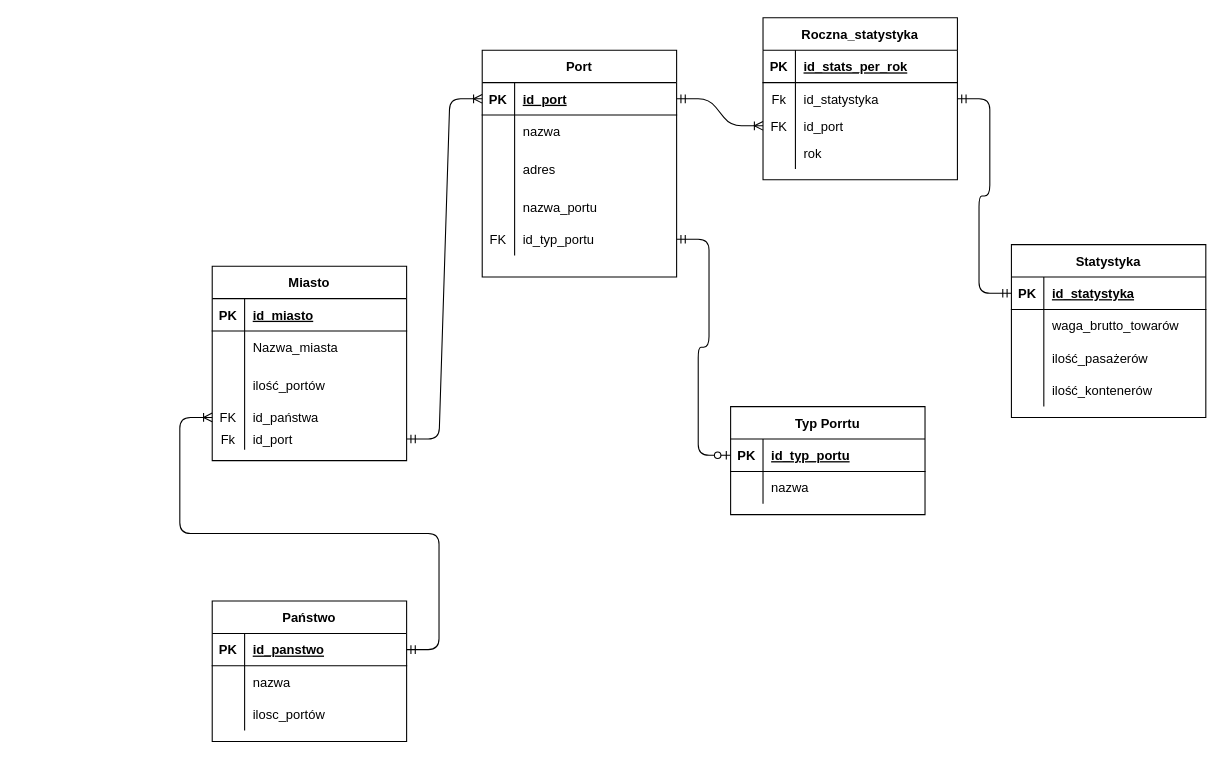
This is portyv2Martin.drawio from finalkiwii/databases-umbrellas, a draw.io file, before an edit. Source tidied: cells renumbered, new cells numbered last; positions are measured from the earlier drawing's top-left corner, leaving out a move shared by most shapes. Both pictures are drawn from the tidied source at 108%, with x=0, y=0 at pixel (212, 17).
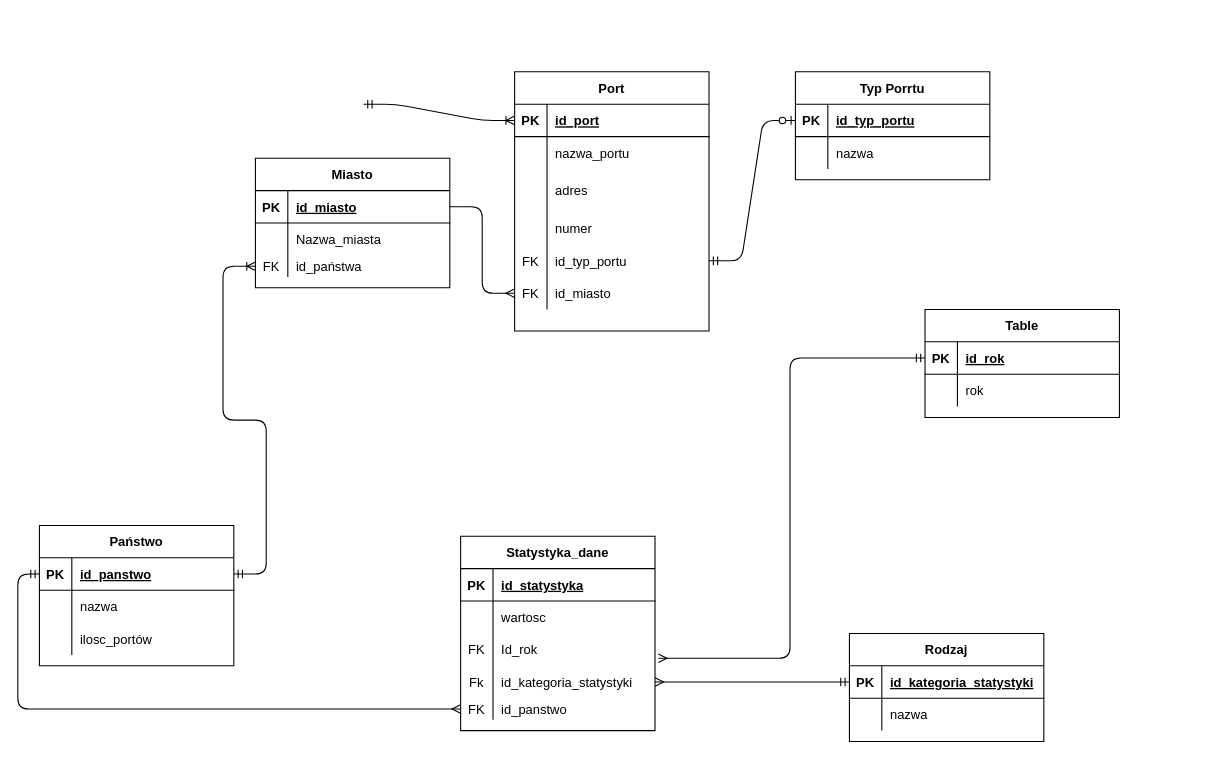
Above is the later version.

Unchanged cells that the change refers to:
```xml
<mxCell id="4" style="shape=partialRectangle;fillColor=none;top=0;left=0;bottom=1;right=0;points=[[0,0.5],[1,0.5]];portConstraint=eastwest;" parent="3" vertex="1">
  <mxGeometry y="30" width="180" height="30" as="geometry" />
</mxCell>
<mxCell id="20" style="shape=partialRectangle;fillColor=none;top=0;left=0;bottom=1;right=0;points=[[0,0.5],[1,0.5]];portConstraint=eastwest;" parent="19" vertex="1">
  <mxGeometry y="30" width="180" height="30" as="geometry" />
</mxCell>
<mxCell id="30" style="shape=partialRectangle;fillColor=none;top=0;left=0;bottom=1;right=0;points=[[0,0.5],[1,0.5]];portConstraint=eastwest;" parent="29" vertex="1">
  <mxGeometry y="30" width="180" height="30" as="geometry" />
</mxCell>
<mxCell id="46" style="shape=partialRectangle;fillColor=none;top=0;left=0;bottom=1;right=0;" parent="45" vertex="1">
  <mxGeometry y="30" width="180" height="30" as="geometry" />
</mxCell>
<mxCell id="61" style="shape=partialRectangle;fillColor=none;top=0;left=0;bottom=1;right=0;points=[[0,0.5],[1,0.5]];portConstraint=eastwest;" parent="60" vertex="1">
  <mxGeometry y="30" width="180" height="30" as="geometry" />
</mxCell>
<mxCell id="64" style="shape=partialRectangle;fillColor=none;top=0;left=0;bottom=0;right=0;" parent="60" vertex="1">
  <mxGeometry y="60" width="180" height="30" as="geometry" />
</mxCell>
```

The edit, as a diff of the source:
```diff
@@
-    <mxCell id="2" style="fontSize=12;html=1;endArrow=ERoneToMany;startArrow=ERmandOne;entryX=0;entryY=0.5;entryDx=0;entryDy=0;exitX=1;exitY=0.5;exitDx=0;exitDy=0;edgeStyle=entityRelationEdgeStyle;" parent="1" edge="1" source="16" target="30">
-      <mxGeometry relative="1" as="geometry" />
+    <mxCell id="2" style="fontSize=12;html=1;endArrow=ERoneToMany;startArrow=ERmandOne;entryX=0;entryY=0.5;entryDx=0;entryDy=0;exitX=1;exitY=0.5;exitDx=0;exitDy=0;edgeStyle=entityRelationEdgeStyle;" parent="1" edge="1" target="30">
+      <mxGeometry relative="1" as="geometry">
+        <mxPoint x="140" y="80" as="sourcePoint" />
+      </mxGeometry>
     </mxCell>
     <mxCell id="3" value="Miasto" style="shape=table;startSize=30;childLayout=tableLayout;rowLines=0;fontStyle=1;align=center;" parent="1" vertex="1">
-      <mxGeometry y="230" width="180" height="180" as="geometry" />
+      <mxGeometry x="40" y="130" width="180" height="120" as="geometry" />
     </mxCell>
@@
-    <mxCell id="10" style="shape=partialRectangle;fillColor=none;top=0;left=0;bottom=0;right=0;" parent="3" vertex="1">
-      <mxGeometry y="90" width="180" height="40" as="geometry" />
-    </mxCell>
-    <mxCell id="11" style="shape=partialRectangle;fillColor=none;top=0;left=0;bottom=0;right=0;overflow=hidden;" parent="10" vertex="1">
-      <mxGeometry width="30" height="40" as="geometry" />
-    </mxCell>
-    <mxCell id="12" value="ilość_portów" style="shape=partialRectangle;fillColor=none;top=0;left=0;bottom=0;right=0;align=left;spacingLeft=6;overflow=hidden;" parent="10" vertex="1">
-      <mxGeometry x="30" width="150" height="40" as="geometry" />
-    </mxCell>
     <mxCell id="13" style="shape=partialRectangle;fillColor=none;top=0;left=0;bottom=0;right=0;points=[[0,0.5],[1,0.5]];portConstraint=eastwest;" parent="3" vertex="1">
-      <mxGeometry y="130" width="180" height="20" as="geometry" />
+      <mxGeometry y="90" width="180" height="20" as="geometry" />
     </mxCell>
@@
-    <mxCell id="16" style="shape=partialRectangle;fillColor=none;top=0;left=0;bottom=0;right=0;points=[[0,0.5],[1,0.5]];portConstraint=eastwest;" parent="3" vertex="1">
-      <mxGeometry y="150" width="180" height="20" as="geometry" />
-    </mxCell>
-    <mxCell id="17" value="Fk" style="shape=partialRectangle;fillColor=none;top=0;left=0;bottom=0;right=0;overflow=hidden;" parent="16" vertex="1">
-      <mxGeometry width="30" height="20" as="geometry" />
-    </mxCell>
-    <mxCell id="18" value="id_port" style="shape=partialRectangle;fillColor=none;top=0;left=0;bottom=0;right=0;align=left;spacingLeft=6;overflow=hidden;" parent="16" vertex="1">
-      <mxGeometry x="30" width="150" height="20" as="geometry" />
-    </mxCell>
     <mxCell id="19" value="Państwo" style="shape=table;startSize=30;childLayout=tableLayout;rowLines=0;fontStyle=1;align=center;" parent="1" vertex="1">
-      <mxGeometry y="540" width="180" height="130" as="geometry" />
+      <mxGeometry x="-160" y="470" width="180" height="130" as="geometry" />
     </mxCell>
@@
     <mxCell id="29" value="Port" style="shape=table;startSize=30;childLayout=tableLayout;rowLines=0;fontStyle=1;align=center;" parent="1" vertex="1">
-      <mxGeometry x="250" y="30" width="180" height="210" as="geometry" />
+      <mxGeometry x="280" y="50" width="180" height="240" as="geometry" />
     </mxCell>
@@
-    <mxCell id="33" style="shape=partialRectangle;fillColor=none;top=0;left=0;bottom=0;right=0;" parent="29" vertex="1">
-      <mxGeometry y="60" width="180" height="30" as="geometry" />
-    </mxCell>
-    <mxCell id="34" style="shape=partialRectangle;fillColor=none;top=0;left=0;bottom=0;right=0;overflow=hidden;" parent="33" vertex="1">
-      <mxGeometry width="30" height="30" as="geometry" />
-    </mxCell>
-    <mxCell id="35" value="nazwa" style="shape=partialRectangle;fillColor=none;top=0;left=0;bottom=0;right=0;align=left;spacingLeft=6;overflow=hidden;" parent="33" vertex="1">
-      <mxGeometry x="30" width="150" height="30" as="geometry" />
-    </mxCell>
+    <mxCell id="39" style="shape=partialRectangle;fillColor=none;top=0;left=0;bottom=0;right=0;" parent="29" vertex="1">
+      <mxGeometry y="60" width="180" height="30" as="geometry" />
+    </mxCell>
+    <mxCell id="40" style="shape=partialRectangle;fillColor=none;top=0;left=0;bottom=0;right=0;overflow=hidden;" parent="39" vertex="1">
+      <mxGeometry width="30" height="30" as="geometry" />
+    </mxCell>
+    <mxCell id="41" value="nazwa_portu" style="shape=partialRectangle;fillColor=none;top=0;left=0;bottom=0;right=0;align=left;spacingLeft=6;overflow=hidden;" parent="39" vertex="1">
+      <mxGeometry x="30" width="150" height="30" as="geometry" />
+    </mxCell>
@@
-    <mxCell id="39" style="shape=partialRectangle;fillColor=none;top=0;left=0;bottom=0;right=0;" parent="29" vertex="1">
-      <mxGeometry y="130" width="180" height="30" as="geometry" />
-    </mxCell>
-    <mxCell id="40" style="shape=partialRectangle;fillColor=none;top=0;left=0;bottom=0;right=0;overflow=hidden;" parent="39" vertex="1">
-      <mxGeometry width="30" height="30" as="geometry" />
-    </mxCell>
-    <mxCell id="41" value="nazwa_portu" style="shape=partialRectangle;fillColor=none;top=0;left=0;bottom=0;right=0;align=left;spacingLeft=6;overflow=hidden;" parent="39" vertex="1">
-      <mxGeometry x="30" width="150" height="30" as="geometry" />
-    </mxCell>
+    <mxCell id="82" style="shape=partialRectangle;fillColor=none;top=0;left=0;bottom=0;right=0;" parent="29" vertex="1">
+      <mxGeometry y="130" width="180" height="30" as="geometry" />
+    </mxCell>
+    <mxCell id="83" style="shape=partialRectangle;fillColor=none;top=0;left=0;bottom=0;right=0;overflow=hidden;" parent="82" vertex="1">
+      <mxGeometry width="30" height="30" as="geometry" />
+    </mxCell>
+    <mxCell id="84" value="numer" style="shape=partialRectangle;fillColor=none;top=0;left=0;bottom=0;right=0;align=left;spacingLeft=6;overflow=hidden;" parent="82" vertex="1">
+      <mxGeometry x="30" width="150" height="30" as="geometry" />
+    </mxCell>
@@
+    <mxCell id="85" style="shape=partialRectangle;fillColor=none;top=0;left=0;bottom=0;right=0;points=[[0,0.5],[1,0.5]];portConstraint=eastwest;" parent="29" vertex="1">
+      <mxGeometry y="190" width="180" height="30" as="geometry" />
+    </mxCell>
+    <mxCell id="86" value="FK" style="shape=partialRectangle;fillColor=none;top=0;left=0;bottom=0;right=0;overflow=hidden;" parent="85" vertex="1">
+      <mxGeometry width="30" height="30" as="geometry" />
+    </mxCell>
+    <mxCell id="87" value="id_miasto" style="shape=partialRectangle;fillColor=none;top=0;left=0;bottom=0;right=0;align=left;spacingLeft=6;overflow=hidden;" parent="85" vertex="1">
+      <mxGeometry x="30" width="150" height="30" as="geometry" />
+    </mxCell>
-    <mxCell id="45" value="Roczna_statystyka" style="shape=table;startSize=30;childLayout=tableLayout;rowLines=0;fontStyle=1;align=center;" parent="1" vertex="1">
-      <mxGeometry x="510" width="180" height="150" as="geometry" />
+    <mxCell id="45" value="Statystyka_dane" style="shape=table;startSize=30;childLayout=tableLayout;rowLines=0;fontStyle=1;align=center;" parent="1" vertex="1">
+      <mxGeometry x="230" y="480" width="180" height="180" as="geometry" />
     </mxCell>
@@
-    <mxCell id="48" value="id_stats_per_rok" style="shape=partialRectangle;fillColor=none;top=0;left=0;bottom=0;right=0;align=left;spacingLeft=6;fontStyle=5;overflow=hidden;" parent="46" vertex="1">
+    <mxCell id="48" value="id_statystyka" style="shape=partialRectangle;fillColor=none;top=0;left=0;bottom=0;right=0;align=left;spacingLeft=6;fontStyle=5;overflow=hidden;" parent="46" vertex="1">
       <mxGeometry x="30" width="150" height="30" as="geometry" />
     </mxCell>
+    <mxCell id="88" style="shape=partialRectangle;fillColor=none;top=0;left=0;bottom=0;right=0;" parent="45" vertex="1">
+      <mxGeometry y="60" width="180" height="30" as="geometry" />
+    </mxCell>
+    <mxCell id="89" style="shape=partialRectangle;fillColor=none;top=0;left=0;bottom=0;right=0;overflow=hidden;" parent="88" vertex="1">
+      <mxGeometry width="30" height="30" as="geometry" />
+    </mxCell>
+    <mxCell id="90" value="wartosc" style="shape=partialRectangle;fillColor=none;top=0;left=0;bottom=0;right=0;align=left;spacingLeft=6;overflow=hidden;" parent="88" vertex="1">
+      <mxGeometry x="30" width="150" height="30" as="geometry" />
+    </mxCell>
+    <mxCell id="55" style="shape=partialRectangle;fillColor=none;top=0;left=0;bottom=0;right=0;points=[[0,0.5],[1,0.5]];portConstraint=eastwest;" parent="45" vertex="1">
+      <mxGeometry y="90" width="180" height="30" as="geometry" />
+    </mxCell>
+    <mxCell id="56" value="FK" style="shape=partialRectangle;fillColor=none;top=0;left=0;bottom=0;right=0;overflow=hidden;" parent="55" vertex="1">
+      <mxGeometry width="30" height="30" as="geometry" />
+    </mxCell>
+    <mxCell id="57" value="Id_rok" style="shape=partialRectangle;fillColor=none;top=0;left=0;bottom=0;right=0;align=left;spacingLeft=6;overflow=hidden;" parent="55" vertex="1">
+      <mxGeometry x="30" width="150" height="30" as="geometry" />
+    </mxCell>
     <mxCell id="49" style="shape=partialRectangle;fillColor=none;top=0;left=0;bottom=0;right=0;points=[[0,0.5],[1,0.5]];portConstraint=eastwest;" parent="45" vertex="1">
-      <mxGeometry y="60" width="180" height="30" as="geometry" />
+      <mxGeometry y="120" width="180" height="30" as="geometry" />
     </mxCell>
@@
-    <mxCell id="51" value="id_statystyka" style="shape=partialRectangle;fillColor=none;top=0;left=0;bottom=0;right=0;align=left;spacingLeft=6;overflow=hidden;" parent="49" vertex="1">
+    <mxCell id="51" value="id_kategoria_statystyki" style="shape=partialRectangle;fillColor=none;top=0;left=0;bottom=0;right=0;align=left;spacingLeft=6;overflow=hidden;" parent="49" vertex="1">
       <mxGeometry x="30" width="150" height="30" as="geometry" />
     </mxCell>
     <mxCell id="52" style="shape=partialRectangle;fillColor=none;top=0;left=0;bottom=0;right=0;points=[[0,0.5],[1,0.5]];portConstraint=eastwest;" parent="45" vertex="1">
-      <mxGeometry y="90" width="180" height="20" as="geometry" />
+      <mxGeometry y="150" width="180" height="20" as="geometry" />
     </mxCell>
@@
-    <mxCell id="54" value="id_port" style="shape=partialRectangle;fillColor=none;top=0;left=0;bottom=0;right=0;align=left;spacingLeft=6;overflow=hidden;" parent="52" vertex="1">
+    <mxCell id="54" value="id_panstwo" style="shape=partialRectangle;fillColor=none;top=0;left=0;bottom=0;right=0;align=left;spacingLeft=6;overflow=hidden;" parent="52" vertex="1">
       <mxGeometry x="30" width="150" height="20" as="geometry" />
     </mxCell>
-    <mxCell id="55" style="shape=partialRectangle;fillColor=none;top=0;left=0;bottom=0;right=0;points=[[0,0.5],[1,0.5]];portConstraint=eastwest;" parent="45" vertex="1">
-      <mxGeometry y="110" width="180" height="30" as="geometry" />
-    </mxCell>
-    <mxCell id="56" style="shape=partialRectangle;fillColor=none;top=0;left=0;bottom=0;right=0;overflow=hidden;" parent="55" vertex="1">
-      <mxGeometry width="30" height="30" as="geometry" />
-    </mxCell>
-    <mxCell id="57" value="rok" style="shape=partialRectangle;fillColor=none;top=0;left=0;bottom=0;right=0;align=left;spacingLeft=6;overflow=hidden;" parent="55" vertex="1">
-      <mxGeometry x="30" width="150" height="30" as="geometry" />
-    </mxCell>
-    <mxCell id="58" style="edgeStyle=entityRelationEdgeStyle;fontSize=12;html=1;endArrow=ERoneToMany;startArrow=ERmandOne;jumpStyle=gap;exitX=1;exitY=0.5;exitDx=0;exitDy=0;" parent="1" edge="1" source="20">
-      <mxGeometry relative="1" as="geometry">
-        <mxPoint y="370" as="targetPoint" />
-      </mxGeometry>
+    <mxCell id="58" style="edgeStyle=entityRelationEdgeStyle;fontSize=12;html=1;endArrow=ERoneToMany;startArrow=ERmandOne;jumpStyle=gap;exitX=1;exitY=0.5;exitDx=0;exitDy=0;entryX=0;entryY=0.5;entryDx=0;entryDy=0;" parent="1" edge="1" source="20" target="13">
+      <mxGeometry relative="1" as="geometry" />
     </mxCell>
-    <mxCell id="59" style="edgeStyle=entityRelationEdgeStyle;fontSize=12;html=1;endArrow=ERoneToMany;startArrow=ERmandOne;exitX=1;exitY=0.5;exitDx=0;exitDy=0;" parent="1" edge="1" source="30" target="52">
-      <mxGeometry relative="1" as="geometry" />
-    </mxCell>
-    <mxCell id="60" value="Statystyka" style="shape=table;startSize=30;childLayout=tableLayout;rowLines=0;fontStyle=1;align=center;" parent="1" vertex="1">
-      <mxGeometry x="740" y="210" width="180" height="160" as="geometry" />
+    <mxCell id="60" value="Rodzaj" style="shape=table;startSize=30;childLayout=tableLayout;rowLines=0;fontStyle=1;align=center;" parent="1" vertex="1">
+      <mxGeometry x="590" y="570" width="180" height="100" as="geometry" />
     </mxCell>
@@
-    <mxCell id="63" value="id_statystyka" style="shape=partialRectangle;fillColor=none;top=0;left=0;bottom=0;right=0;align=left;spacingLeft=6;fontStyle=5;overflow=hidden;" parent="61" vertex="1">
+    <mxCell id="63" value="id_kategoria_statystyki" style="shape=partialRectangle;fillColor=none;top=0;left=0;bottom=0;right=0;align=left;spacingLeft=6;fontStyle=5;overflow=hidden;" parent="61" vertex="1">
       <mxGeometry x="30" width="150" height="30" as="geometry" />
     </mxCell>
@@
-    <mxCell id="66" value="waga_brutto_towarów" style="shape=partialRectangle;fillColor=none;top=0;left=0;bottom=0;right=0;align=left;spacingLeft=6;overflow=hidden;" parent="64" vertex="1">
+    <mxCell id="66" value="nazwa" style="shape=partialRectangle;fillColor=none;top=0;left=0;bottom=0;right=0;align=left;spacingLeft=6;overflow=hidden;" parent="64" vertex="1">
       <mxGeometry x="30" width="150" height="30" as="geometry" />
     </mxCell>
-    <mxCell id="67" style="shape=partialRectangle;fillColor=none;top=0;left=0;bottom=0;right=0;" parent="60" vertex="1">
-      <mxGeometry y="90" width="180" height="30" as="geometry" />
-    </mxCell>
-    <mxCell id="68" style="shape=partialRectangle;fillColor=none;top=0;left=0;bottom=0;right=0;overflow=hidden;" parent="67" vertex="1">
-      <mxGeometry width="30" height="30" as="geometry" />
-    </mxCell>
-    <mxCell id="69" value="ilość_pasażerów" style="shape=partialRectangle;fillColor=none;top=0;left=0;bottom=0;right=0;align=left;spacingLeft=6;overflow=hidden;" parent="67" vertex="1">
-      <mxGeometry x="30" width="150" height="30" as="geometry" />
-    </mxCell>
-    <mxCell id="70" style="shape=partialRectangle;fillColor=none;top=0;left=0;bottom=0;right=0;" parent="60" vertex="1">
-      <mxGeometry y="120" width="180" height="30" as="geometry" />
-    </mxCell>
-    <mxCell id="71" style="shape=partialRectangle;fillColor=none;top=0;left=0;bottom=0;right=0;overflow=hidden;" parent="70" vertex="1">
-      <mxGeometry width="30" height="30" as="geometry" />
-    </mxCell>
-    <mxCell id="72" value="ilość_kontenerów" style="shape=partialRectangle;fillColor=none;top=0;left=0;bottom=0;right=0;align=left;spacingLeft=6;overflow=hidden;" parent="70" vertex="1">
-      <mxGeometry x="30" width="150" height="30" as="geometry" />
-    </mxCell>
-    <mxCell id="73" style="edgeStyle=entityRelationEdgeStyle;fontSize=12;html=1;endArrow=ERmandOne;startArrow=ERmandOne;exitX=1;exitY=0.5;exitDx=0;exitDy=0;entryX=0;entryY=0.5;entryDx=0;entryDy=0;" parent="1" edge="1" source="49" target="61">
+    <mxCell id="73" style="edgeStyle=entityRelationEdgeStyle;fontSize=12;html=1;endArrow=ERmandOne;startArrow=ERmany;exitX=1;exitY=0.5;exitDx=0;exitDy=0;entryX=0;entryY=0.5;entryDx=0;entryDy=0;endFill=0;startFill=0;" parent="1" edge="1" source="49" target="61">
       <mxGeometry relative="1" as="geometry" />
     </mxCell>
     <mxCell id="74" value="Typ Porrtu" style="shape=table;startSize=30;childLayout=tableLayout;rowLines=0;fontStyle=1;align=center;" parent="1" vertex="1">
-      <mxGeometry x="480" y="360" width="180" height="100" as="geometry" />
+      <mxGeometry x="540" y="50" width="180" height="100" as="geometry" />
     </mxCell>
@@
+    <mxCell id="91" style="edgeStyle=orthogonalEdgeStyle;rounded=1;jettySize=auto;html=1;exitX=1;exitY=0.5;exitDx=0;exitDy=0;entryX=0;entryY=0.5;entryDx=0;entryDy=0;endArrow=ERmany;endFill=0;" parent="1" edge="1" source="4" target="85">
+      <mxGeometry relative="1" as="geometry" />
+    </mxCell>
+    <mxCell id="92" value="Table" style="shape=table;startSize=30;childLayout=tableLayout;rowLines=0;fontStyle=1;align=center;" parent="1" vertex="1">
+      <mxGeometry x="660" y="270" width="180" height="100" as="geometry" />
+    </mxCell>
+    <mxCell id="93" style="shape=partialRectangle;fillColor=none;top=0;left=0;bottom=1;right=0;points=[[0,0.5],[1,0.5]];portConstraint=eastwest;" parent="92" vertex="1">
+      <mxGeometry y="30" width="180" height="30" as="geometry" />
+    </mxCell>
+    <mxCell id="94" value="PK" style="shape=partialRectangle;fillColor=none;top=0;left=0;bottom=0;right=0;fontStyle=1;overflow=hidden;" parent="93" vertex="1">
+      <mxGeometry width="30" height="30" as="geometry" />
+    </mxCell>
+    <mxCell id="95" value="id_rok" style="shape=partialRectangle;fillColor=none;top=0;left=0;bottom=0;right=0;align=left;spacingLeft=6;fontStyle=5;overflow=hidden;" parent="93" vertex="1">
+      <mxGeometry x="30" width="150" height="30" as="geometry" />
+    </mxCell>
+    <mxCell id="96" style="shape=partialRectangle;fillColor=none;top=0;left=0;bottom=0;right=0;" parent="92" vertex="1">
+      <mxGeometry y="60" width="180" height="30" as="geometry" />
+    </mxCell>
+    <mxCell id="97" style="shape=partialRectangle;fillColor=none;top=0;left=0;bottom=0;right=0;overflow=hidden;" parent="96" vertex="1">
+      <mxGeometry width="30" height="30" as="geometry" />
+    </mxCell>
+    <mxCell id="98" value="rok" style="shape=partialRectangle;fillColor=none;top=0;left=0;bottom=0;right=0;align=left;spacingLeft=6;overflow=hidden;" parent="96" vertex="1">
+      <mxGeometry x="30" width="150" height="30" as="geometry" />
+    </mxCell>
+    <mxCell id="99" style="edgeStyle=orthogonalEdgeStyle;rounded=1;jettySize=auto;html=1;entryX=0;entryY=0.5;entryDx=0;entryDy=0;endArrow=ERmany;endFill=0;startArrow=ERmandOne;startFill=0;exitX=0;exitY=0.5;exitDx=0;exitDy=0;" parent="1" edge="1" source="20" target="52">
+      <mxGeometry relative="1" as="geometry" />
+    </mxCell>
+    <mxCell id="100" style="edgeStyle=orthogonalEdgeStyle;rounded=1;jettySize=auto;html=1;exitX=0;exitY=0.5;exitDx=0;exitDy=0;entryX=1.017;entryY=0.767;entryDx=0;entryDy=0;entryPerimeter=0;startArrow=ERmandOne;startFill=0;endArrow=ERmany;endFill=0;" parent="1" edge="1" source="93" target="55">
+      <mxGeometry relative="1" as="geometry" />
+    </mxCell>
```
